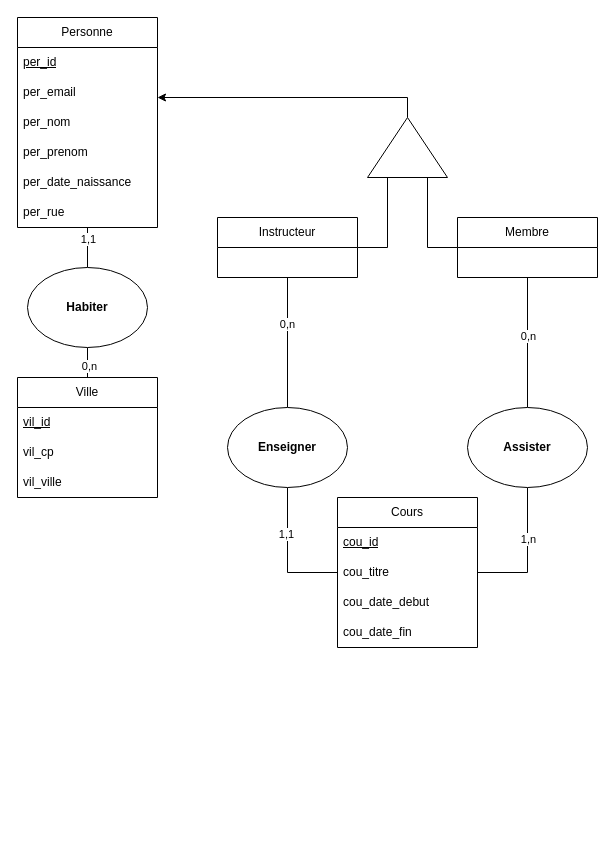
Mzk-Ali/EXO_M2I_MERISE keeps this draw.io diagram as MCD_Gestion_Salle_Sport.drawio. Above is the earlier version. Source tidied: cells renumbered, new cells numbered last; positions are measured from the earlier drawing's top-left corner, leaving out a move shared by most shapes. Both pictures are drawn from the tidied source at 100%, with x=0, y=0 at pixel (17, 17).
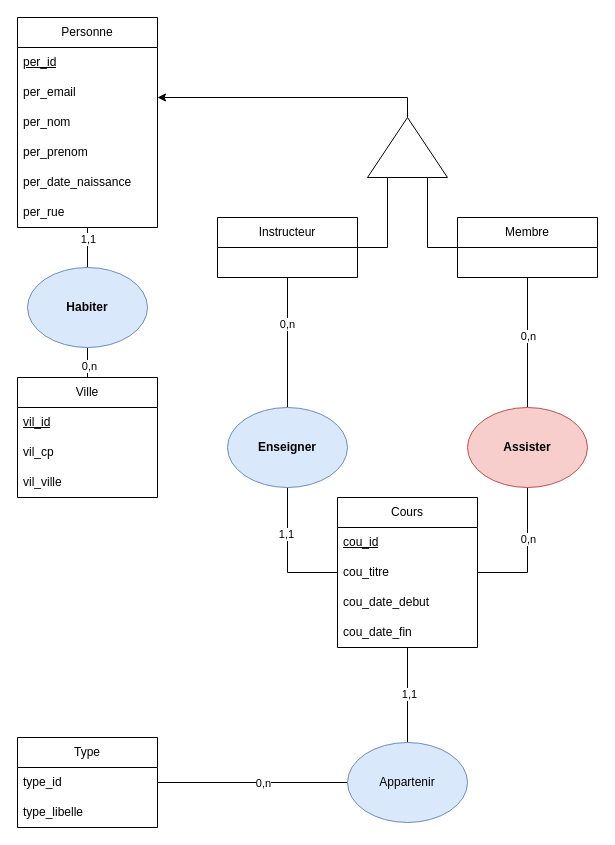
The same diagram, later.

Commit message:
Mettre à jour MCD_Gestion_Salle_Sport.drawio

Unchanged cells that the change refers to:
```xml
<mxCell id="2" style="edgeStyle=orthogonalEdgeStyle;rounded=0;jettySize=auto;html=1;entryX=0.5;entryY=1;entryDx=0;entryDy=0;exitX=1;exitY=0.5;exitDx=0;exitDy=0;endArrow=none;startFill=0;" parent="1" edge="1" source="8" target="37">
  <mxGeometry relative="1" as="geometry" />
</mxCell>
<mxCell id="6" value="Cours" style="swimlane;fontStyle=0;horizontal=1;startSize=30;whiteSpace=wrap;html=1;" parent="1" vertex="1">
  <mxGeometry x="320" y="480" width="140" height="150" as="geometry" />
</mxCell>
```

What changed in the source:
```diff
@@
-    <mxCell id="3" value="1,n" style="edgeLabel;html=1;align=center;verticalAlign=middle;" parent="2" vertex="1">
+    <mxCell id="3" value="0,n" style="edgeLabel;html=1;align=center;verticalAlign=middle;" parent="2" vertex="1">
       <mxGeometry x="0.24" relative="1" as="geometry" />
     </mxCell>
@@
+    <mxCell id="39" style="edgeStyle=orthogonalEdgeStyle;rounded=0;jettySize=auto;html=1;entryX=0.5;entryY=0;entryDx=0;entryDy=0;endArrow=none;startFill=0;" parent="1" edge="1" source="6" target="46">
+      <mxGeometry relative="1" as="geometry" />
+    </mxCell>
+    <mxCell id="40" value="1,1" style="edgeLabel;html=1;align=center;verticalAlign=middle;" parent="39" vertex="1">
+      <mxGeometry x="-0.03" y="1" relative="1" as="geometry" />
+    </mxCell>
@@
-    <mxCell id="35" value="&lt;b&gt;Habiter&lt;/b&gt;" style="ellipse;whiteSpace=wrap;html=1;" parent="1" vertex="1">
+    <mxCell id="35" value="&lt;b&gt;Habiter&lt;/b&gt;" style="ellipse;whiteSpace=wrap;html=1;fillColor=#dae8fc;strokeColor=#6c8ebf;" parent="1" vertex="1">
       <mxGeometry x="10" y="250" width="120" height="80" as="geometry" />
     </mxCell>
@@
-    <mxCell id="37" value="&lt;b&gt;Assister&lt;/b&gt;" style="ellipse;whiteSpace=wrap;html=1;" parent="1" vertex="1">
+    <mxCell id="37" value="&lt;b&gt;Assister&lt;/b&gt;" style="ellipse;whiteSpace=wrap;html=1;fillColor=#f8cecc;strokeColor=#b85450;" parent="1" vertex="1">
       <mxGeometry x="450" y="390" width="120" height="80" as="geometry" />
     </mxCell>
-    <mxCell id="38" value="&lt;b&gt;Enseigner&lt;/b&gt;" style="ellipse;whiteSpace=wrap;html=1;" parent="1" vertex="1">
+    <mxCell id="38" value="&lt;b&gt;Enseigner&lt;/b&gt;" style="ellipse;whiteSpace=wrap;html=1;fillColor=#dae8fc;strokeColor=#6c8ebf;" parent="1" vertex="1">
       <mxGeometry x="210" y="390" width="120" height="80" as="geometry" />
     </mxCell>
+    <mxCell id="41" style="edgeStyle=orthogonalEdgeStyle;rounded=0;jettySize=auto;html=1;entryX=0;entryY=0.5;entryDx=0;entryDy=0;endArrow=none;startFill=0;" parent="1" edge="1" source="43" target="46">
+      <mxGeometry relative="1" as="geometry" />
+    </mxCell>
+    <mxCell id="42" value="0,n" style="edgeLabel;html=1;align=center;verticalAlign=middle;" parent="41" vertex="1">
+      <mxGeometry x="0.11" relative="1" as="geometry" />
+    </mxCell>
+    <mxCell id="43" value="Type" style="swimlane;fontStyle=0;horizontal=1;startSize=30;whiteSpace=wrap;html=1;" parent="1" vertex="1">
+      <mxGeometry y="720" width="140" height="90" as="geometry" />
+    </mxCell>
+    <mxCell id="44" value="type_id" style="text;strokeColor=none;fillColor=none;align=left;verticalAlign=middle;spacingLeft=4;spacingRight=4;overflow=hidden;whiteSpace=wrap;html=1;" parent="43" vertex="1">
+      <mxGeometry y="30" width="140" height="30" as="geometry" />
+    </mxCell>
+    <mxCell id="45" value="type_libelle" style="text;strokeColor=none;fillColor=none;align=left;verticalAlign=middle;spacingLeft=4;spacingRight=4;overflow=hidden;whiteSpace=wrap;html=1;" parent="43" vertex="1">
+      <mxGeometry y="60" width="140" height="30" as="geometry" />
+    </mxCell>
+    <mxCell id="46" value="Appartenir" style="ellipse;whiteSpace=wrap;html=1;fillColor=#dae8fc;strokeColor=#6c8ebf;" parent="1" vertex="1">
+      <mxGeometry x="330" y="725" width="120" height="80" as="geometry" />
+    </mxCell>
```
